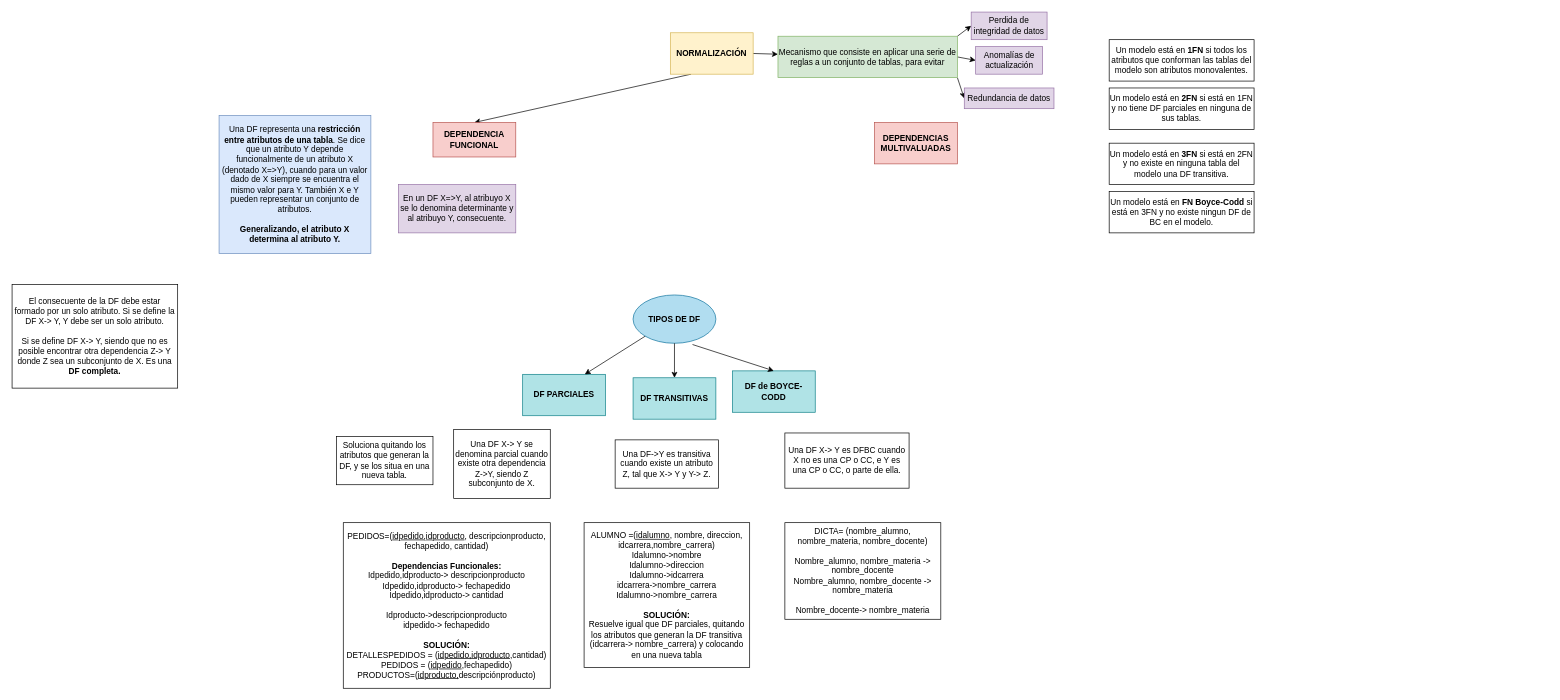
The draw.io diagram page "Normalización" (6 of 6) of Diagrama-resumen.drawio in senras/DBD, before the edit. Source tidied: cells renumbered, new cells numbered last; positions are measured from the earlier drawing's top-left corner, leaving out a move shared by most shapes. Both pictures are drawn from the tidied source at 69%, with x=0, y=0 at pixel (12, 12).
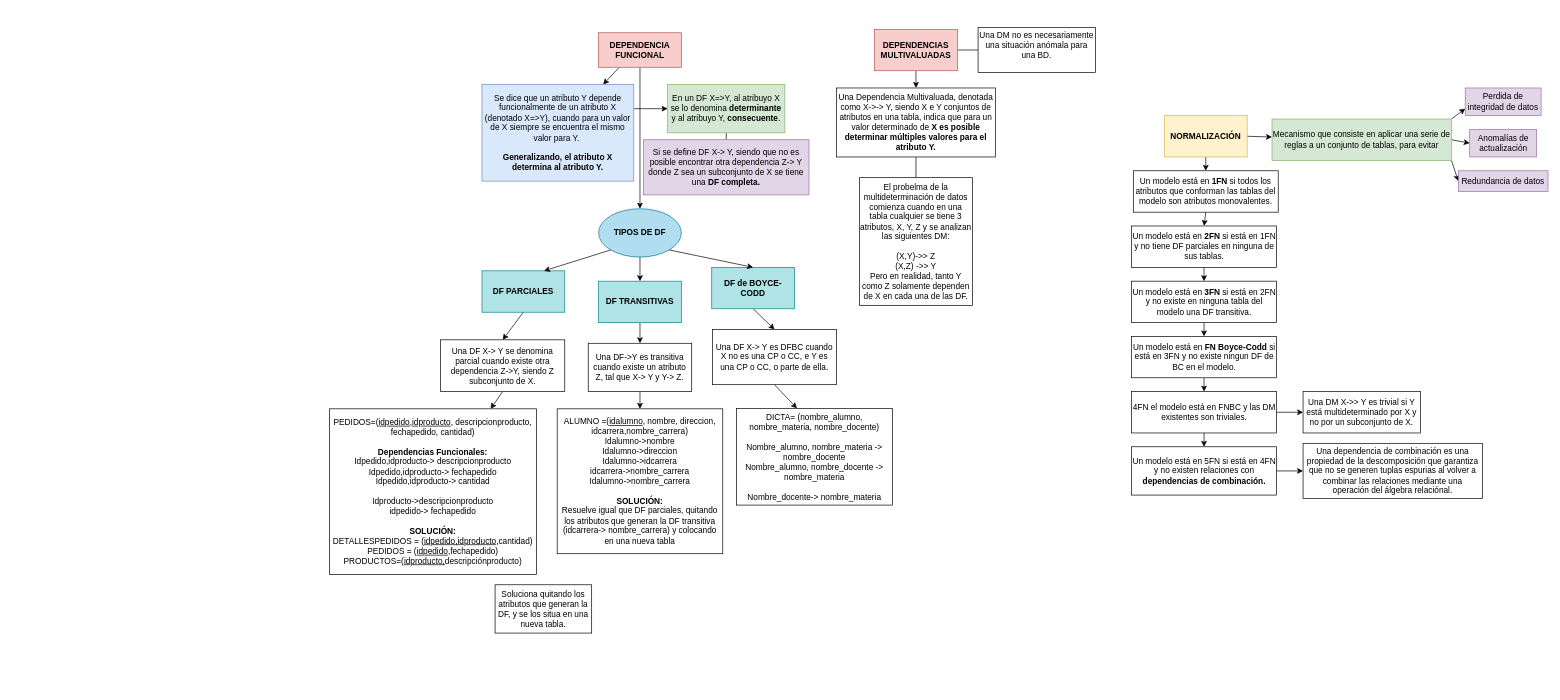
The same diagram, later.

Change to the diagram source:
```diff
@@
-    <mxCell id="2" style="edgeStyle=none;rounded=0;jettySize=auto;html=1;exitX=0.25;exitY=1;exitDx=0;exitDy=0;entryX=0.5;entryY=0;entryDx=0;entryDy=0;endArrow=classic;endFill=1;" parent="1" edge="1" source="4" target="9">
-      <mxGeometry relative="1" as="geometry" />
-    </mxCell>
@@
+    <mxCell id="35" style="edgeStyle=none;rounded=0;jettySize=auto;html=1;exitX=0.5;exitY=1;exitDx=0;exitDy=0;entryX=0.5;entryY=0;entryDx=0;entryDy=0;endArrow=classic;endFill=1;" parent="1" edge="1" source="4" target="30">
+      <mxGeometry relative="1" as="geometry" />
+    </mxCell>
     <mxCell id="4" value="&lt;b&gt;NORMALIZACIÓN&lt;/b&gt;" style="rounded=0;whiteSpace=wrap;html=1;fillColor=#fff2cc;strokeColor=#d6b656;" parent="1" vertex="1">
-      <mxGeometry x="954" y="30" width="120" height="60" as="geometry" />
+      <mxGeometry x="1670" y="150" width="120" height="60" as="geometry" />
     </mxCell>
@@
-    <mxCell id="7" style="edgeStyle=none;rounded=0;jettySize=auto;html=1;exitX=1;exitY=0;exitDx=0;exitDy=0;entryX=0;entryY=0.5;entryDx=0;entryDy=0;endArrow=classic;endFill=1;" parent="1" edge="1" source="8" target="15">
-      <mxGeometry relative="1" as="geometry" />
+    <mxCell id="7" style="edgeStyle=none;rounded=0;jettySize=auto;html=1;exitX=1;exitY=0;exitDx=0;exitDy=0;entryX=0;entryY=0.5;entryDx=0;entryDy=0;endArrow=classic;endFill=1;" parent="1" edge="1" source="8">
+      <mxGeometry relative="1" as="geometry">
+        <mxPoint x="2106" y="140" as="targetPoint" />
+      </mxGeometry>
     </mxCell>
     <mxCell id="8" value="Mecanismo que consiste en aplicar una serie de reglas a un conjunto de tablas, para evitar" style="text;html=1;strokeColor=#82b366;fillColor=#d5e8d4;align=center;verticalAlign=middle;whiteSpace=wrap;rounded=0;" parent="1" vertex="1">
-      <mxGeometry x="1110" y="35" width="260" height="60" as="geometry" />
+      <mxGeometry x="1826" y="155" width="260" height="60" as="geometry" />
     </mxCell>
+    <mxCell id="36" style="edgeStyle=none;rounded=0;jettySize=auto;html=1;exitX=0.25;exitY=1;exitDx=0;exitDy=0;" parent="1" edge="1" source="9" target="10">
+      <mxGeometry relative="1" as="geometry" />
+    </mxCell>
+    <mxCell id="37" style="edgeStyle=none;rounded=0;jettySize=auto;html=1;exitX=0.5;exitY=1;exitDx=0;exitDy=0;endArrow=classic;endFill=1;" parent="1" edge="1" source="9" target="18">
+      <mxGeometry relative="1" as="geometry" />
+    </mxCell>
     <mxCell id="9" value="DEPENDENCIA FUNCIONAL&lt;br&gt;" style="rounded=0;whiteSpace=wrap;html=1;fillColor=#f8cecc;strokeColor=#b85450;fontStyle=1;" parent="1" vertex="1">
-      <mxGeometry x="610" y="160" width="120" height="50" as="geometry" />
+      <mxGeometry x="850" y="30" width="120" height="50" as="geometry" />
     </mxCell>
+    <mxCell id="38" style="edgeStyle=none;rounded=0;jettySize=auto;html=1;exitX=1;exitY=0.25;exitDx=0;exitDy=0;entryX=0;entryY=0.5;entryDx=0;entryDy=0;" parent="1" edge="1" source="10" target="22">
+      <mxGeometry relative="1" as="geometry" />
+    </mxCell>
-    <mxCell id="10" value="Una DF representa una &lt;b&gt;restricción entre atributos de una tabla&lt;/b&gt;. Se dice que un atributo Y depende funcionalmente de un atributo X (denotado X=&amp;gt;Y), cuando para un valor dado de X siempre se encuentra el mismo valor para Y. También X e Y pueden representar un conjunto de atributos.&lt;br&gt;&lt;br&gt;&lt;b&gt;Generalizando, el atributo X determina al atributo Y.&lt;/b&gt;" style="rounded=0;whiteSpace=wrap;html=1;fillColor=#dae8fc;strokeColor=#6c8ebf;" parent="1" vertex="1">
-      <mxGeometry x="300" y="150" width="220" height="200" as="geometry" />
+    <mxCell id="10" value="Se dice que un atributo Y depende funcionalmente de un atributo X (denotado X=&amp;gt;Y), cuando para un valor de X siempre se encuentra el mismo valor para Y.&amp;nbsp;&lt;br&gt;&lt;br&gt;&lt;b&gt;Generalizando, el atributo X determina al atributo Y.&lt;/b&gt;" style="rounded=0;whiteSpace=wrap;html=1;fillColor=#dae8fc;strokeColor=#6c8ebf;" parent="1" vertex="1">
+      <mxGeometry x="681" y="105" width="220" height="140" as="geometry" />
     </mxCell>
+    <mxCell id="39" style="edgeStyle=none;rounded=0;jettySize=auto;html=1;exitX=0.5;exitY=1;exitDx=0;exitDy=0;entryX=0.5;entryY=0;entryDx=0;entryDy=0;endArrow=classic;endFill=1;" parent="1" edge="1" source="11" target="24">
+      <mxGeometry relative="1" as="geometry" />
+    </mxCell>
     <mxCell id="11" value="&lt;b&gt;DF PARCIALES&lt;/b&gt;" style="rounded=0;whiteSpace=wrap;html=1;fillColor=#b0e3e6;strokeColor=#0e8088;" parent="1" vertex="1">
-      <mxGeometry x="740" y="525" width="120" height="60" as="geometry" />
+      <mxGeometry x="681" y="375" width="120" height="60" as="geometry" />
     </mxCell>
+    <mxCell id="40" style="edgeStyle=none;rounded=0;jettySize=auto;html=1;exitX=0.5;exitY=1;exitDx=0;exitDy=0;entryX=0.5;entryY=0;entryDx=0;entryDy=0;endArrow=classic;endFill=1;" parent="1" edge="1" source="12" target="25">
+      <mxGeometry relative="1" as="geometry" />
+    </mxCell>
     <mxCell id="12" value="&lt;b&gt;DF TRANSITIVAS&lt;/b&gt;" style="rounded=0;whiteSpace=wrap;html=1;fillColor=#b0e3e6;strokeColor=#0e8088;" parent="1" vertex="1">
-      <mxGeometry x="900" y="530" width="120" height="60" as="geometry" />
+      <mxGeometry x="850" y="390" width="120" height="60" as="geometry" />
     </mxCell>
+    <mxCell id="41" style="edgeStyle=none;rounded=0;jettySize=auto;html=1;exitX=0.5;exitY=1;exitDx=0;exitDy=0;entryX=0.5;entryY=0;entryDx=0;entryDy=0;endArrow=classic;endFill=1;" parent="1" edge="1" source="13" target="28">
+      <mxGeometry relative="1" as="geometry" />
+    </mxCell>
     <mxCell id="13" value="DF de BOYCE-CODD" style="rounded=0;whiteSpace=wrap;html=1;fontStyle=1;fillColor=#b0e3e6;strokeColor=#0e8088;" parent="1" vertex="1">
-      <mxGeometry x="1044" y="520" width="120" height="60" as="geometry" />
+      <mxGeometry x="1014" y="370" width="120" height="60" as="geometry" />
     </mxCell>
+    <mxCell id="42" style="edgeStyle=none;rounded=0;jettySize=auto;html=1;exitX=1;exitY=0.5;exitDx=0;exitDy=0;entryX=0;entryY=0.5;entryDx=0;entryDy=0;endArrow=none;endFill=0;" parent="1" edge="1" source="14" target="54">
+      <mxGeometry relative="1" as="geometry" />
+    </mxCell>
+    <mxCell id="43" style="edgeStyle=none;rounded=0;jettySize=auto;html=1;exitX=0.5;exitY=1;exitDx=0;exitDy=0;entryX=0.5;entryY=0;entryDx=0;entryDy=0;endArrow=classic;endFill=1;" parent="1" edge="1" source="14" target="53">
+      <mxGeometry relative="1" as="geometry" />
+    </mxCell>
     <mxCell id="14" value="&lt;b&gt;DEPENDENCIAS MULTIVALUADAS&lt;/b&gt;" style="rounded=0;whiteSpace=wrap;html=1;fillColor=#f8cecc;strokeColor=#b85450;" parent="1" vertex="1">
-      <mxGeometry x="1250" y="160" width="120" height="60" as="geometry" />
+      <mxGeometry x="1250" y="25" width="120" height="60" as="geometry" />
     </mxCell>
     <mxCell id="15" value="Perdida de integridad de datos" style="rounded=0;whiteSpace=wrap;html=1;fillColor=#e1d5e7;strokeColor=#9673a6;" parent="1" vertex="1">
-      <mxGeometry x="1390" width="110" height="40" as="geometry" />
+      <mxGeometry x="2106" y="110" width="110" height="40" as="geometry" />
     </mxCell>
     <mxCell id="16" value="Anomalías de actualización" style="rounded=0;whiteSpace=wrap;html=1;fillColor=#e1d5e7;strokeColor=#9673a6;" parent="1" vertex="1">
-      <mxGeometry x="1396.5" y="50" width="97" height="40" as="geometry" />
+      <mxGeometry x="2112.5" y="170" width="97" height="40" as="geometry" />
     </mxCell>
     <mxCell id="17" value="Redundancia de datos" style="rounded=0;whiteSpace=wrap;html=1;fillColor=#e1d5e7;strokeColor=#9673a6;" parent="1" vertex="1">
-      <mxGeometry x="1380" y="110" width="130" height="30" as="geometry" />
+      <mxGeometry x="2096" y="230" width="130" height="30" as="geometry" />
     </mxCell>
     <mxCell id="18" value="&lt;b&gt;TIPOS DE DF&lt;/b&gt;" style="ellipse;whiteSpace=wrap;html=1;fillColor=#b1ddf0;strokeColor=#10739e;" parent="1" vertex="1">
-      <mxGeometry x="900" y="410" width="120" height="70" as="geometry" />
+      <mxGeometry x="850" y="285" width="120" height="70" as="geometry" />
     </mxCell>
@@
-    <mxCell id="21" style="endArrow=classic;html=1;rounded=0;entryX=0.5;entryY=0;entryDx=0;entryDy=0;exitX=0.718;exitY=1.026;exitDx=0;exitDy=0;exitPerimeter=0;" parent="1" edge="1" source="18" target="13">
+    <mxCell id="21" style="endArrow=classic;html=1;rounded=0;entryX=0.5;entryY=0;entryDx=0;entryDy=0;exitX=1;exitY=1;exitDx=0;exitDy=0;" parent="1" edge="1" source="18" target="13">
       <mxGeometry relative="1" as="geometry" />
     </mxCell>
+    <mxCell id="44" style="edgeStyle=none;rounded=0;jettySize=auto;html=1;exitX=0.5;exitY=1;exitDx=0;exitDy=0;entryX=0.5;entryY=0;entryDx=0;entryDy=0;endArrow=none;endFill=0;" parent="1" edge="1" source="22" target="23">
+      <mxGeometry relative="1" as="geometry" />
+    </mxCell>
-    <mxCell id="22" value="En un DF X=&amp;gt;Y, al atribuyo X se lo denomina determinante y al atribuyo Y, consecuente." style="rounded=0;whiteSpace=wrap;html=1;fillColor=#e1d5e7;strokeColor=#9673a6;" parent="1" vertex="1">
-      <mxGeometry x="560" y="250" width="170" height="70" as="geometry" />
+    <mxCell id="22" value="En un DF X=&amp;gt;Y, al atribuyo X se lo denomina &lt;b&gt;determinante &lt;/b&gt;y al atribuyo Y, &lt;b&gt;consecuente&lt;/b&gt;." style="rounded=0;whiteSpace=wrap;html=1;fillColor=#d5e8d4;strokeColor=#82b366;" parent="1" vertex="1">
+      <mxGeometry x="950" y="105" width="170" height="70" as="geometry" />
     </mxCell>
-    <mxCell id="23" value="El consecuente de la DF debe estar formado por un solo atributo. Si se define la DF X-&amp;gt; Y, Y debe ser un solo atributo.&lt;br&gt;&lt;br&gt;Si se define DF X-&amp;gt; Y, siendo que no es posible encontrar otra dependencia Z-&amp;gt; Y donde Z sea un subconjunto de X. Es una &lt;b&gt;DF completa.&lt;/b&gt;" style="rounded=0;whiteSpace=wrap;html=1;" parent="1" vertex="1">
-      <mxGeometry y="395" width="240" height="150" as="geometry" />
+    <mxCell id="23" value="Si se define DF X-&amp;gt; Y, siendo que no es posible encontrar otra dependencia Z-&amp;gt; Y donde Z sea un subconjunto de X se tiene una&amp;nbsp;&lt;b&gt;DF completa.&lt;/b&gt;&lt;b&gt;&lt;br&gt;&lt;/b&gt;" style="rounded=0;whiteSpace=wrap;html=1;fillColor=#e1d5e7;strokeColor=#9673a6;" parent="1" vertex="1">
+      <mxGeometry x="915" y="185" width="240" height="80" as="geometry" />
     </mxCell>
+    <mxCell id="45" style="edgeStyle=none;rounded=0;jettySize=auto;html=1;exitX=0.5;exitY=1;exitDx=0;exitDy=0;endArrow=classic;endFill=1;" parent="1" edge="1" source="24" target="26">
+      <mxGeometry relative="1" as="geometry" />
+    </mxCell>
     <mxCell id="24" value="Una DF X-&amp;gt; Y se denomina parcial cuando existe otra dependencia Z-&amp;gt;Y, siendo Z subconjunto de X." style="rounded=0;whiteSpace=wrap;html=1;" parent="1" vertex="1">
-      <mxGeometry x="640" y="605" width="140" height="100" as="geometry" />
+      <mxGeometry x="621" y="475" width="180" height="75" as="geometry" />
     </mxCell>
+    <mxCell id="46" style="edgeStyle=none;rounded=0;jettySize=auto;html=1;exitX=0.5;exitY=1;exitDx=0;exitDy=0;entryX=0.5;entryY=0;entryDx=0;entryDy=0;endArrow=classic;endFill=1;" parent="1" edge="1" source="25" target="27">
+      <mxGeometry relative="1" as="geometry" />
+    </mxCell>
     <mxCell id="25" value="Una DF-&amp;gt;Y es transitiva cuando existe un atributo Z, tal que X-&amp;gt; Y y Y-&amp;gt; Z." style="rounded=0;whiteSpace=wrap;html=1;" parent="1" vertex="1">
-      <mxGeometry x="874" y="620" width="150" height="70" as="geometry" />
+      <mxGeometry x="835" y="480" width="150" height="70" as="geometry" />
     </mxCell>
     <mxCell id="26" value="PEDIDOS=(&lt;u&gt;idpedido,idproducto&lt;/u&gt;, descripcionproducto, fechapedido, cantidad)&lt;br&gt;&lt;br&gt;&lt;b&gt;Dependencias Funcionales:&lt;/b&gt;&lt;br&gt;Idpedido,idproducto-&amp;gt; descripcionproducto&lt;br&gt;Idpedido,idproducto-&amp;gt; fechapedido&lt;br&gt;Idpedido,idproducto-&amp;gt; cantidad&lt;br&gt;&lt;br&gt;Idproducto-&amp;gt;descripcionproducto&lt;br&gt;idpedido-&amp;gt; fechapedido&lt;br&gt;&lt;br&gt;&lt;b&gt;SOLUCIÓN:&lt;/b&gt;&lt;br&gt;DETALLESPEDIDOS = (&lt;u&gt;idpedido,idproducto&lt;/u&gt;,cantidad)&lt;br&gt;PEDIDOS = (&lt;u&gt;idpedido&lt;/u&gt;,fechapedido)&lt;br&gt;PRODUCTOS=(&lt;u&gt;idproducto,&lt;/u&gt;descripciónproducto)" style="rounded=0;whiteSpace=wrap;html=1;" parent="1" vertex="1">
-      <mxGeometry x="480" y="740" width="300" height="240" as="geometry" />
+      <mxGeometry x="460" y="575" width="300" height="240" as="geometry" />
     </mxCell>
     <mxCell id="27" value="ALUMNO =(&lt;u&gt;idalumno&lt;/u&gt;, nombre, direccion, idcarrera,nombre_carrera)&lt;br&gt;Idalumno-&amp;gt;nombre&lt;br&gt;Idalumno-&amp;gt;direccion&lt;br&gt;Idalumno-&amp;gt;idcarrera&lt;br&gt;idcarrera-&amp;gt;nombre_carrera&lt;br&gt;Idalumno-&amp;gt;nombre_carrera&lt;br&gt;&lt;br&gt;&lt;b&gt;SOLUCIÓN:&lt;br&gt;&lt;/b&gt;Resuelve igual que DF parciales, quitando los atributos que generan la DF transitiva (idcarrera-&amp;gt; nombre_carrera) y colocando en una nueva tabla" style="rounded=0;whiteSpace=wrap;html=1;" parent="1" vertex="1">
-      <mxGeometry x="829" y="740" width="240" height="210" as="geometry" />
+      <mxGeometry x="790" y="575" width="240" height="210" as="geometry" />
     </mxCell>
+    <mxCell id="47" style="edgeStyle=none;rounded=0;jettySize=auto;html=1;exitX=0.5;exitY=1;exitDx=0;exitDy=0;entryX=0.387;entryY=-0.001;entryDx=0;entryDy=0;entryPerimeter=0;endArrow=classic;endFill=1;" parent="1" edge="1" source="28" target="29">
+      <mxGeometry relative="1" as="geometry" />
+    </mxCell>
     <mxCell id="28" value="Una DF X-&amp;gt; Y es DFBC cuando X no es una CP o CC, e Y es una CP o CC, o parte de ella." style="rounded=0;whiteSpace=wrap;html=1;" parent="1" vertex="1">
-      <mxGeometry x="1120" y="610" width="180" height="80" as="geometry" />
+      <mxGeometry x="1015" y="460" width="180" height="80" as="geometry" />
     </mxCell>
     <mxCell id="29" value="DICTA= (nombre_alumno, nombre_materia, nombre_docente)&lt;br&gt;&lt;br&gt;Nombre_alumno, nombre_materia -&amp;gt; nombre_docente&lt;br&gt;Nombre_alumno, nombre_docente -&amp;gt; nombre_materia&lt;br&gt;&lt;br&gt;Nombre_docente-&amp;gt; nombre_materia" style="rounded=0;whiteSpace=wrap;html=1;" parent="1" vertex="1">
-      <mxGeometry x="1120" y="740" width="226" height="140" as="geometry" />
+      <mxGeometry x="1050" y="574.5" width="226" height="140" as="geometry" />
     </mxCell>
+    <mxCell id="48" style="edgeStyle=none;rounded=0;jettySize=auto;html=1;exitX=0.5;exitY=1;exitDx=0;exitDy=0;entryX=0.5;entryY=0;entryDx=0;entryDy=0;endArrow=classic;endFill=1;" parent="1" edge="1" source="30" target="31">
+      <mxGeometry relative="1" as="geometry" />
+    </mxCell>
     <mxCell id="30" value="Un modelo está en &lt;b&gt;1FN &lt;/b&gt;si todos los atributos que conforman las tablas del modelo son atributos monovalentes." style="rounded=0;whiteSpace=wrap;html=1;" parent="1" vertex="1">
-      <mxGeometry x="1590" y="40" width="210" height="60" as="geometry" />
+      <mxGeometry x="1625" y="230" width="210" height="60" as="geometry" />
     </mxCell>
+    <mxCell id="49" style="edgeStyle=none;rounded=0;jettySize=auto;html=1;exitX=0.5;exitY=1;exitDx=0;exitDy=0;entryX=0.5;entryY=0;entryDx=0;entryDy=0;endArrow=classic;endFill=1;" parent="1" edge="1" source="31" target="33">
+      <mxGeometry relative="1" as="geometry" />
+    </mxCell>
     <mxCell id="31" value="Un modelo está en &lt;b&gt;2FN &lt;/b&gt;si está en 1FN y no tiene DF parciales en ninguna de sus tablas." style="rounded=0;whiteSpace=wrap;html=1;" parent="1" vertex="1">
-      <mxGeometry x="1590" y="110" width="210" height="60" as="geometry" />
+      <mxGeometry x="1622.5" y="310" width="210" height="60" as="geometry" />
     </mxCell>
     <mxCell id="32" value="Soluciona quitando los atributos que generan la DF, y se los situa en una nueva tabla." style="rounded=0;whiteSpace=wrap;html=1;" parent="1" vertex="1">
-      <mxGeometry x="470" y="615" width="140" height="70" as="geometry" />
+      <mxGeometry x="700" y="830" width="140" height="70" as="geometry" />
     </mxCell>
+    <mxCell id="50" style="edgeStyle=none;rounded=0;jettySize=auto;html=1;exitX=0.5;exitY=1;exitDx=0;exitDy=0;entryX=0.5;entryY=0;entryDx=0;entryDy=0;endArrow=classic;endFill=1;" parent="1" edge="1" source="33" target="34">
+      <mxGeometry relative="1" as="geometry" />
+    </mxCell>
     <mxCell id="33" value="Un modelo está en &lt;b&gt;3FN&lt;/b&gt;&amp;nbsp;si está en 2FN y no existe en ninguna tabla del modelo una DF transitiva." style="rounded=0;whiteSpace=wrap;html=1;" parent="1" vertex="1">
-      <mxGeometry x="1590" y="190" width="210" height="60" as="geometry" />
+      <mxGeometry x="1622.5" y="390" width="210" height="60" as="geometry" />
     </mxCell>
+    <mxCell id="51" style="edgeStyle=none;rounded=0;jettySize=auto;html=1;exitX=0.5;exitY=1;exitDx=0;exitDy=0;entryX=0.5;entryY=0;entryDx=0;entryDy=0;endArrow=classic;endFill=1;" parent="1" edge="1" source="34" target="58">
+      <mxGeometry relative="1" as="geometry" />
+    </mxCell>
     <mxCell id="34" value="Un modelo está en &lt;b&gt;FN Boyce-Codd&lt;/b&gt; si está en 3FN y no existe ningun DF de BC en el modelo." style="rounded=0;whiteSpace=wrap;html=1;" parent="1" vertex="1">
-      <mxGeometry x="1590" y="260" width="210" height="60" as="geometry" />
+      <mxGeometry x="1622.5" y="470" width="210" height="60" as="geometry" />
     </mxCell>
+    <mxCell id="52" style="edgeStyle=none;rounded=0;jettySize=auto;html=1;exitX=0.5;exitY=1;exitDx=0;exitDy=0;entryX=0.5;entryY=0;entryDx=0;entryDy=0;endArrow=none;endFill=0;" parent="1" edge="1" source="53" target="55">
+      <mxGeometry relative="1" as="geometry" />
+    </mxCell>
+    <mxCell id="53" value="Una Dependencia Multivaluada, denotada como X-&amp;gt;-&amp;gt; Y, siendo X e Y conjuntos de atributos en una tabla, indica que para un valor determinado de &lt;b&gt;X es posible determinar múltiples valores para el atributo Y.&lt;/b&gt;" style="rounded=0;whiteSpace=wrap;html=1;" parent="1" vertex="1">
+      <mxGeometry x="1195" y="110" width="230" height="100" as="geometry" />
+    </mxCell>
+    <mxCell id="54" value="Una DM no es necesariamente una situación anómala para una BD.&lt;br&gt;&lt;br&gt;" style="rounded=0;whiteSpace=wrap;html=1;" parent="1" vertex="1">
+      <mxGeometry x="1400" y="22.5" width="170" height="65" as="geometry" />
+    </mxCell>
+    <mxCell id="55" value="El probelma de la multideterminación de datos comienza cuando en una tabla cualquier se tiene 3 atributos, X, Y, Z y se analizan las siguientes DM:&lt;br&gt;&lt;br&gt;(X,Y)-&amp;gt;&amp;gt; Z&lt;br&gt;(X,Z) -&amp;gt;&amp;gt; Y&lt;br&gt;Pero en realidad, tanto Y como Z solamente dependen de X en cada una de las DF.&lt;br&gt;" style="rounded=0;whiteSpace=wrap;html=1;" parent="1" vertex="1">
+      <mxGeometry x="1228.2" y="240" width="163.5" height="185" as="geometry" />
+    </mxCell>
+    <mxCell id="56" style="edgeStyle=none;rounded=0;jettySize=auto;html=1;exitX=0.5;exitY=1;exitDx=0;exitDy=0;entryX=0.5;entryY=0;entryDx=0;entryDy=0;endArrow=classic;endFill=1;" parent="1" edge="1" source="58" target="61">
+      <mxGeometry relative="1" as="geometry" />
+    </mxCell>
+    <mxCell id="57" style="edgeStyle=none;rounded=0;jettySize=auto;html=1;exitX=1;exitY=0.5;exitDx=0;exitDy=0;entryX=0;entryY=0.5;entryDx=0;entryDy=0;endArrow=classic;endFill=1;" parent="1" edge="1" source="58" target="59">
+      <mxGeometry relative="1" as="geometry" />
+    </mxCell>
+    <mxCell id="58" value="4FN el modelo está en FNBC y las DM existentes son triviales." style="rounded=0;whiteSpace=wrap;html=1;" parent="1" vertex="1">
+      <mxGeometry x="1622.5" y="550" width="210" height="60" as="geometry" />
+    </mxCell>
+    <mxCell id="59" value="Una DM X-&amp;gt;&amp;gt; Y es trivial si Y está multideterminado por X y no por un subconjunto de X." style="rounded=0;whiteSpace=wrap;html=1;" parent="1" vertex="1">
+      <mxGeometry x="1871" y="550" width="170" height="60" as="geometry" />
+    </mxCell>
+    <mxCell id="60" style="edgeStyle=none;rounded=0;jettySize=auto;html=1;exitX=1;exitY=0.5;exitDx=0;exitDy=0;entryX=0;entryY=0.5;entryDx=0;entryDy=0;endArrow=classic;endFill=1;" parent="1" edge="1" source="61" target="62">
+      <mxGeometry relative="1" as="geometry" />
+    </mxCell>
+    <mxCell id="61" value="&lt;div&gt;Un modelo está en 5FN si está en 4FN y no existen relaciones con &lt;b&gt;dependencias de combinación.&lt;/b&gt;&lt;/div&gt;" style="rounded=0;whiteSpace=wrap;html=1;" parent="1" vertex="1">
+      <mxGeometry x="1622.5" y="630" width="210" height="70" as="geometry" />
+    </mxCell>
+    <mxCell id="62" value="&lt;span&gt;Una dependencia de combinación es una propiedad de la descomposición que garantiza que no se generen tuplas espurias al volver a combinar las relaciones mediante una operación del álgebra relaciónal.&lt;/span&gt;" style="rounded=0;whiteSpace=wrap;html=1;" parent="1" vertex="1">
+      <mxGeometry x="1871" y="625" width="260" height="80" as="geometry" />
+    </mxCell>
```
